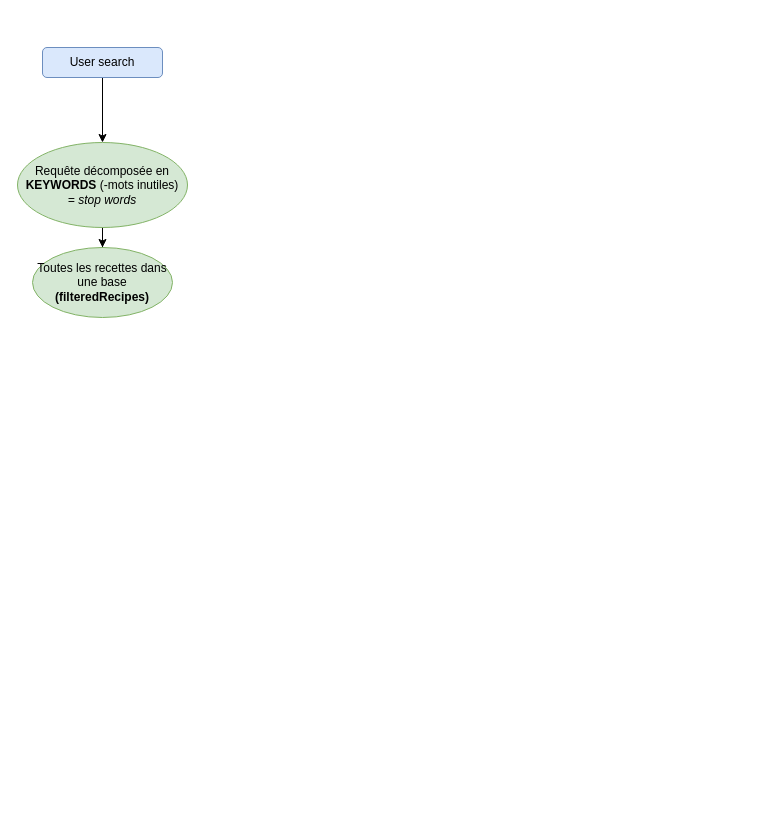
This is Untitled Diagram.drawio from Cdrohm/theraudclement_7_24022022, a draw.io file, before an edit. Source tidied: cells renumbered, new cells numbered last; positions are measured from the earlier drawing's top-left corner, leaving out a move shared by most shapes. Both pictures are drawn from the tidied source at 100%, with x=0, y=0 at pixel (17, 47).
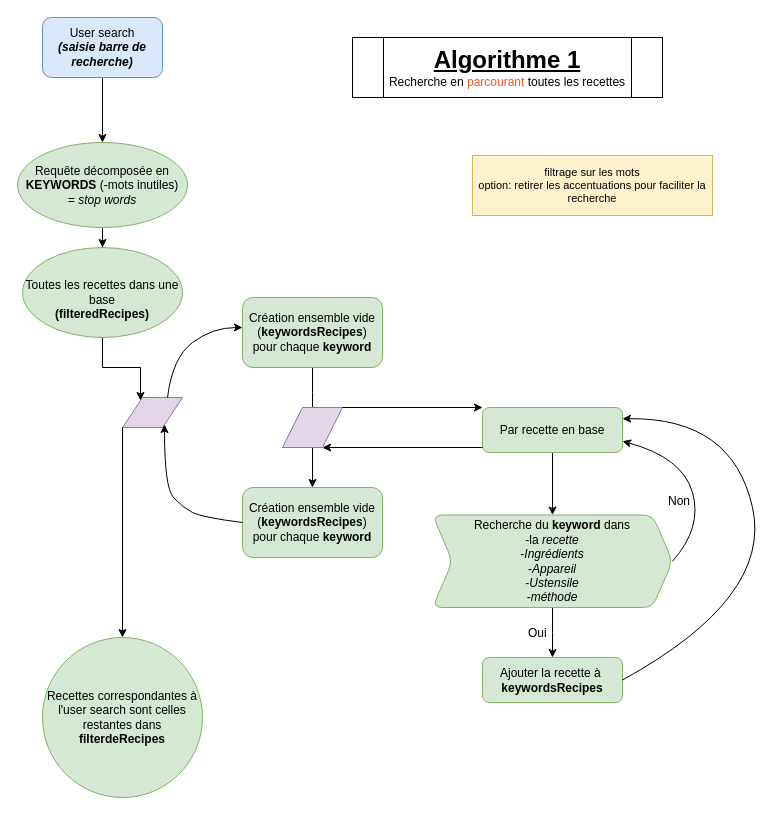
The same page after the edit.

Commit message:
algo 1 parcours des recettes

The edit, as a diff of the source:
```diff
@@
-    <mxCell id="3" value="User search" style="rounded=1;whiteSpace=wrap;html=1;fontSize=12;glass=0;strokeWidth=1;shadow=0;fillColor=#dae8fc;strokeColor=#6c8ebf;" parent="1" vertex="1">
-      <mxGeometry x="25" width="120" height="30" as="geometry" />
+    <mxCell id="3" value="User search&lt;br&gt;&lt;i&gt;&lt;b&gt;(saisie barre de recherche)&lt;/b&gt;&lt;/i&gt;" style="rounded=1;whiteSpace=wrap;html=1;fontSize=12;glass=0;strokeWidth=1;shadow=0;fillColor=#dae8fc;strokeColor=#6c8ebf;" parent="1" vertex="1">
+      <mxGeometry x="25" y="-30" width="120" height="60" as="geometry" />
     </mxCell>
@@
+    <mxCell id="7" style="edgeStyle=orthogonalEdgeStyle;rounded=0;jettySize=auto;html=1;entryX=0.25;entryY=0;entryDx=0;entryDy=0;" parent="1" edge="1" source="6" target="8">
+      <mxGeometry relative="1" as="geometry" />
+    </mxCell>
-    <mxCell id="6" value="Toutes les recettes dans une base&lt;br&gt;&lt;b&gt;(filteredRecipes)&lt;/b&gt;" style="ellipse;whiteSpace=wrap;html=1;fillColor=#d5e8d4;strokeColor=#82b366;rounded=1;glass=0;strokeWidth=1;shadow=0;" parent="1" vertex="1">
-      <mxGeometry x="15" y="200" width="140" height="70" as="geometry" />
+    <mxCell id="6" value="&lt;br&gt;Toutes les recettes dans une base&lt;br&gt;&lt;b&gt;(filteredRecipes)&lt;/b&gt;" style="ellipse;whiteSpace=wrap;html=1;fillColor=#d5e8d4;strokeColor=#82b366;rounded=1;glass=0;strokeWidth=1;shadow=0;" parent="1" vertex="1">
+      <mxGeometry x="5" y="200" width="160" height="90" as="geometry" />
     </mxCell>
+    <mxCell id="8" style="shape=parallelogram;perimeter=parallelogramPerimeter;whiteSpace=wrap;html=1;fixedSize=1;fillColor=#e1d5e7;strokeColor=#9673a6;" parent="1" vertex="1">
+      <mxGeometry x="105" y="350" width="60" height="30" as="geometry" />
+    </mxCell>
+    <mxCell id="9" style="edgeStyle=orthogonalEdgeStyle;rounded=0;jettySize=auto;html=1;" parent="1" edge="1" source="10">
+      <mxGeometry relative="1" as="geometry">
+        <mxPoint x="295" y="370" as="targetPoint" />
+      </mxGeometry>
+    </mxCell>
+    <mxCell id="10" value="Création ensemble vide (&lt;b&gt;keywordsRecipes&lt;/b&gt;)&lt;br&gt;pour chaque &lt;b&gt;keyword&lt;/b&gt;" style="rounded=1;whiteSpace=wrap;html=1;fillColor=#d5e8d4;strokeColor=#82b366;" parent="1" vertex="1">
+      <mxGeometry x="225" y="250" width="140" height="70" as="geometry" />
+    </mxCell>
+    <mxCell id="11" style="curved=1;endArrow=classic;html=1;rounded=0;exitX=0.75;exitY=0;exitDx=0;exitDy=0;" parent="1" edge="1" source="8">
+      <mxGeometry relative="1" as="geometry">
+        <mxPoint x="225" y="280" as="targetPoint" />
+        <Array as="points">
+          <mxPoint x="155" y="310" />
+          <mxPoint x="195" y="280" />
+        </Array>
+      </mxGeometry>
+    </mxCell>
+    <mxCell id="12" style="edgeStyle=orthogonalEdgeStyle;rounded=0;jettySize=auto;html=1;" parent="1" edge="1" source="13" target="14">
+      <mxGeometry relative="1" as="geometry" />
+    </mxCell>
+    <mxCell id="13" style="shape=parallelogram;perimeter=parallelogramPerimeter;whiteSpace=wrap;html=1;fixedSize=1;fillColor=#e1d5e7;strokeColor=#9673a6;" parent="1" vertex="1">
+      <mxGeometry x="265" y="360" width="60" height="40" as="geometry" />
+    </mxCell>
+    <mxCell id="14" value="Création ensemble vide (&lt;b&gt;keywordsRecipes&lt;/b&gt;)&lt;br&gt;pour chaque &lt;b&gt;keyword&lt;/b&gt;" style="rounded=1;whiteSpace=wrap;html=1;fillColor=#d5e8d4;strokeColor=#82b366;" parent="1" vertex="1">
+      <mxGeometry x="225" y="440" width="140" height="70" as="geometry" />
+    </mxCell>
+    <mxCell id="15" style="curved=1;endArrow=classic;html=1;rounded=0;entryX=0.75;entryY=1;entryDx=0;entryDy=0;exitX=0;exitY=0.5;exitDx=0;exitDy=0;" parent="1" edge="1" source="14" target="8">
+      <mxGeometry relative="1" as="geometry">
+        <Array as="points">
+          <mxPoint x="185" y="470" />
+          <mxPoint x="165" y="460" />
+          <mxPoint x="147" y="440" />
+        </Array>
+      </mxGeometry>
+    </mxCell>
+    <mxCell id="16" style="edgeStyle=orthogonalEdgeStyle;rounded=0;jettySize=auto;html=1;" parent="1" edge="1" source="17" target="21">
+      <mxGeometry relative="1" as="geometry" />
+    </mxCell>
+    <mxCell id="17" value="Par recette en base" style="rounded=1;whiteSpace=wrap;html=1;fillColor=#d5e8d4;strokeColor=#82b366;" parent="1" vertex="1">
+      <mxGeometry x="465" y="360" width="140" height="45" as="geometry" />
+    </mxCell>
+    <mxCell id="18" style="endArrow=classic;html=1;rounded=0;exitX=1;exitY=0;exitDx=0;exitDy=0;entryX=0;entryY=0;entryDx=0;entryDy=0;" parent="1" edge="1" source="13" target="17">
+      <mxGeometry relative="1" as="geometry" />
+    </mxCell>
+    <mxCell id="19" style="endArrow=classic;html=1;rounded=0;exitX=0;exitY=0.889;exitDx=0;exitDy=0;exitPerimeter=0;" parent="1" edge="1" source="17">
+      <mxGeometry relative="1" as="geometry">
+        <mxPoint x="305" y="400" as="targetPoint" />
+      </mxGeometry>
+    </mxCell>
+    <mxCell id="20" style="edgeStyle=orthogonalEdgeStyle;rounded=0;jettySize=auto;html=1;" parent="1" edge="1" source="21">
+      <mxGeometry relative="1" as="geometry">
+        <mxPoint x="535" y="610" as="targetPoint" />
+      </mxGeometry>
+    </mxCell>
+    <mxCell id="21" value="Recherche du &lt;b&gt;keyword &lt;/b&gt;dans &lt;br&gt;-la &lt;i&gt;recette&lt;/i&gt;&lt;br&gt;-&lt;i&gt;Ingrédients&lt;/i&gt;&lt;br&gt;-&lt;i&gt;Appareil&lt;/i&gt;&lt;br&gt;-&lt;i&gt;Ustensile&lt;/i&gt;&lt;br&gt;-&lt;i&gt;méthode&lt;/i&gt;" style="shape=step;perimeter=stepPerimeter;whiteSpace=wrap;html=1;fixedSize=1;fillColor=#d5e8d4;strokeColor=#82b366;rounded=1;" parent="1" vertex="1">
+      <mxGeometry x="415" y="467.5" width="240" height="92.5" as="geometry" />
+    </mxCell>
+    <mxCell id="22" style="curved=1;endArrow=classic;html=1;rounded=0;exitX=1;exitY=0.5;exitDx=0;exitDy=0;entryX=1;entryY=0.75;entryDx=0;entryDy=0;" parent="1" edge="1" source="21" target="17">
+      <mxGeometry relative="1" as="geometry">
+        <Array as="points">
+          <mxPoint x="685" y="480" />
+          <mxPoint x="665" y="410" />
+        </Array>
+      </mxGeometry>
+    </mxCell>
+    <mxCell id="23" value="Non" style="text;strokeColor=none;fillColor=none;align=left;verticalAlign=middle;spacingLeft=4;spacingRight=4;overflow=hidden;" parent="1" vertex="1">
+      <mxGeometry x="645" y="437.5" width="80" height="30" as="geometry" />
+    </mxCell>
+    <mxCell id="24" value="Ajouter la recette à&amp;nbsp;&lt;br&gt;&lt;b&gt;keywordsRecipes&lt;/b&gt;" style="rounded=1;whiteSpace=wrap;html=1;fillColor=#d5e8d4;strokeColor=#82b366;" parent="1" vertex="1">
+      <mxGeometry x="465" y="610" width="140" height="45" as="geometry" />
+    </mxCell>
+    <mxCell id="25" value="Oui" style="text;strokeColor=none;fillColor=none;align=left;verticalAlign=middle;spacingLeft=4;spacingRight=4;overflow=hidden;" parent="1" vertex="1">
+      <mxGeometry x="505" y="570" width="80" height="30" as="geometry" />
+    </mxCell>
+    <mxCell id="26" style="curved=1;endArrow=classic;html=1;rounded=0;exitX=1;exitY=0.5;exitDx=0;exitDy=0;entryX=1;entryY=0.25;entryDx=0;entryDy=0;" parent="1" edge="1" source="24" target="17">
+      <mxGeometry relative="1" as="geometry">
+        <Array as="points">
+          <mxPoint x="755" y="550" />
+          <mxPoint x="715" y="370" />
+        </Array>
+      </mxGeometry>
+    </mxCell>
+    <mxCell id="27" style="endArrow=classic;html=1;rounded=0;exitX=0;exitY=1;exitDx=0;exitDy=0;" parent="1" edge="1" source="8">
+      <mxGeometry relative="1" as="geometry">
+        <mxPoint x="105" y="590" as="targetPoint" />
+      </mxGeometry>
+    </mxCell>
+    <mxCell id="28" value="Recettes correspondantes à l'user search sont celles restantes dans &lt;b&gt;filterdeRecipes&lt;/b&gt;" style="ellipse;whiteSpace=wrap;html=1;fillColor=#d5e8d4;strokeColor=#82b366;rounded=1;glass=0;strokeWidth=1;shadow=0;" parent="1" vertex="1">
+      <mxGeometry x="25" y="590" width="160" height="160" as="geometry" />
+    </mxCell>
+    <mxCell id="29" value="&lt;b style=&quot;font-size: 24px&quot;&gt;&lt;u&gt;Algorithme 1&lt;br&gt;&lt;/u&gt;&lt;/b&gt;Recherche en &lt;font color=&quot;#ff5521&quot;&gt;parcourant &lt;/font&gt;toutes les recettes" style="shape=process;whiteSpace=wrap;html=1;backgroundOutline=1;" parent="1" vertex="1">
+      <mxGeometry x="335" y="-10" width="310" height="60" as="geometry" />
+    </mxCell>
+    <mxCell id="30" value="&lt;span&gt;filtrage sur les mots&lt;/span&gt;&lt;br&gt;&lt;span&gt;option: retirer les accentuations pour faciliter la recherche&lt;/span&gt;" style="rounded=0;whiteSpace=wrap;html=1;fontSize=11;fillColor=#fff2cc;strokeColor=#d6b656;" parent="1" vertex="1">
+      <mxGeometry x="455" y="108" width="240" height="60" as="geometry" />
+    </mxCell>
```
